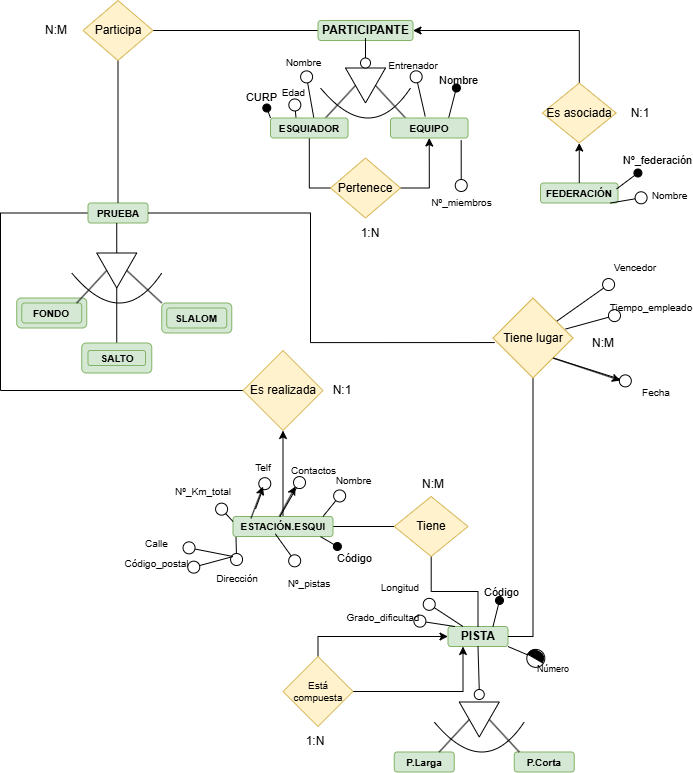
Above: Data Base/OlimpiadasDeInvierno.drawio.png in Samue45/1-DAM (draw.io), before the change. Source tidied: cells renumbered, new cells last; positions are measured from the earlier drawing's top-left corner, leaving out a move shared by most shapes.
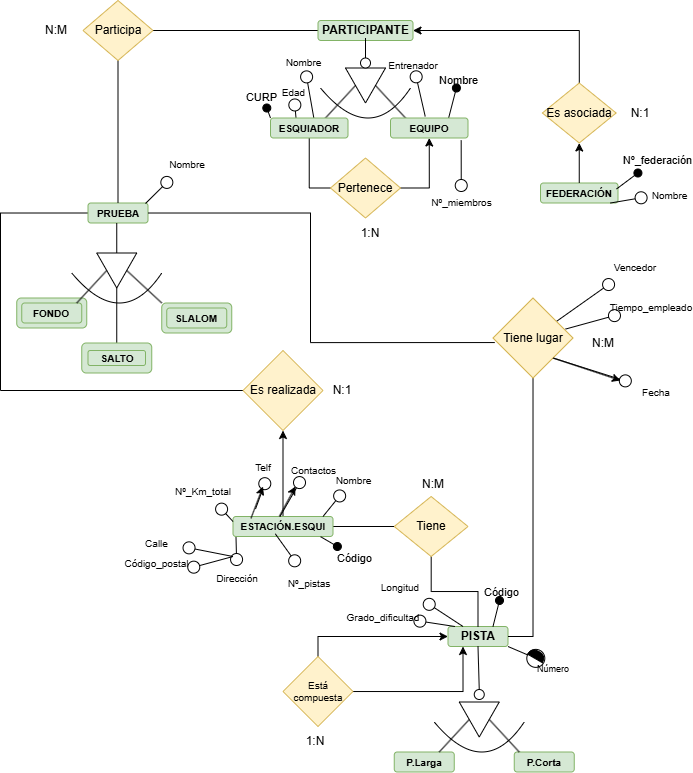
The same diagram one commit later.

What changed in the source:
```diff
@@ -417,5 +417,13 @@
     <mxCell id="115" value="&lt;font style=&quot;font-size: 10px;&quot;&gt;Tiempo_empleado&lt;/font&gt;" style="text;html=1;align=center;verticalAlign=middle;whiteSpace=wrap;rounded=0;fontSize=16;" parent="1" vertex="1">
       <mxGeometry x="620.7" y="290" width="60" height="30" as="geometry" />
     </mxCell>
+    <mxCell id="116" style="endArrow=circle;html=1;rounded=0;fontSize=8;startSize=6;endSize=5;curved=1;endFill=0;" parent="1" edge="1" target="117">
+      <mxGeometry relative="1" as="geometry">
+        <mxPoint x="145" y="203" as="sourcePoint" />
+      </mxGeometry>
+    </mxCell>
+    <mxCell id="117" value="&lt;font style=&quot;font-size: 10px;&quot;&gt;Nombre&lt;/font&gt;" style="text;html=1;align=center;verticalAlign=middle;whiteSpace=wrap;rounded=0;fontSize=16;" parent="1" vertex="1">
+      <mxGeometry x="156.5" y="147" width="60" height="30" as="geometry" />
+    </mxCell>
   </root>
 </mxGraphModel>
```
